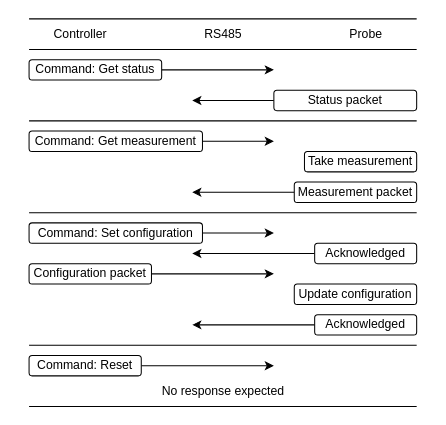
Carciax/EEE4022S_Salinity_JCP24-03 keeps this draw.io diagram as Report Helper Documents/rs485_flowchart.drawio. Above is the earlier version. Source tidied: cells renumbered, new cells numbered last; positions are measured from the earlier drawing's top-left corner, leaving out a move shared by most shapes. Both pictures are drawn from the tidied source at 102%, with x=0, y=0 at pixel (29, 18).
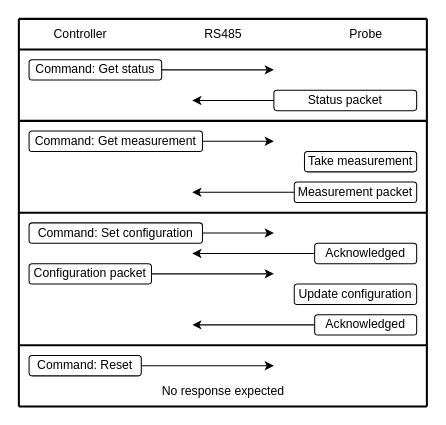
The same diagram, later.

Change to the diagram source:
```diff
@@
-    <mxCell id="8" style="endArrow=none;html=1;rounded=0;" parent="1" edge="1">
-      <mxGeometry relative="1" as="geometry">
-        <mxPoint y="30" as="sourcePoint" />
-        <mxPoint x="380" y="30" as="targetPoint" />
-      </mxGeometry>
-    </mxCell>
-    <mxCell id="9" style="endArrow=none;html=1;rounded=0;" parent="1" edge="1">
-      <mxGeometry relative="1" as="geometry">
-        <mxPoint y="100" as="sourcePoint" />
-        <mxPoint x="380" y="100" as="targetPoint" />
-      </mxGeometry>
-    </mxCell>
@@
-    <mxCell id="15" style="endArrow=none;html=1;rounded=0;" parent="1" edge="1">
-      <mxGeometry relative="1" as="geometry">
-        <mxPoint y="190" as="sourcePoint" />
-        <mxPoint x="380" y="190" as="targetPoint" />
-      </mxGeometry>
-    </mxCell>
@@
-    <mxCell id="22" style="endArrow=none;html=1;rounded=0;" parent="1" edge="1">
-      <mxGeometry relative="1" as="geometry">
-        <mxPoint y="320" as="sourcePoint" />
-        <mxPoint x="380" y="320" as="targetPoint" />
-      </mxGeometry>
-    </mxCell>
@@
-    <mxCell id="24" style="endArrow=none;html=1;rounded=0;" parent="1" edge="1">
+    <mxCell id="24" style="endArrow=none;html=1;rounded=0;strokeWidth=2;" parent="1" edge="1">
       <mxGeometry relative="1" as="geometry">
-        <mxPoint as="sourcePoint" />
-        <mxPoint x="380" as="targetPoint" />
+        <mxPoint x="-10" as="sourcePoint" />
+        <mxPoint x="390" as="targetPoint" />
       </mxGeometry>
     </mxCell>
@@
-    <mxCell id="31" style="endArrow=none;html=1;rounded=0;" parent="1" edge="1">
-      <mxGeometry relative="1" as="geometry">
-        <mxPoint y="380" as="sourcePoint" />
-        <mxPoint x="380" y="380" as="targetPoint" />
-      </mxGeometry>
-    </mxCell>
+    <mxCell id="32" style="endArrow=none;html=1;rounded=0;strokeWidth=2;" parent="1" edge="1">
+      <mxGeometry relative="1" as="geometry">
+        <mxPoint x="-10" y="30" as="sourcePoint" />
+        <mxPoint x="390" y="30" as="targetPoint" />
+      </mxGeometry>
+    </mxCell>
+    <mxCell id="33" style="endArrow=none;html=1;rounded=0;strokeWidth=2;" parent="1" edge="1">
+      <mxGeometry relative="1" as="geometry">
+        <mxPoint x="-10" y="100" as="sourcePoint" />
+        <mxPoint x="390" y="100" as="targetPoint" />
+      </mxGeometry>
+    </mxCell>
+    <mxCell id="34" style="endArrow=none;html=1;rounded=0;strokeWidth=2;" parent="1" edge="1">
+      <mxGeometry relative="1" as="geometry">
+        <mxPoint x="-10" y="190" as="sourcePoint" />
+        <mxPoint x="390" y="190" as="targetPoint" />
+      </mxGeometry>
+    </mxCell>
+    <mxCell id="35" style="endArrow=none;html=1;rounded=0;strokeWidth=2;" parent="1" edge="1">
+      <mxGeometry relative="1" as="geometry">
+        <mxPoint x="-10" y="320" as="sourcePoint" />
+        <mxPoint x="390" y="320" as="targetPoint" />
+      </mxGeometry>
+    </mxCell>
+    <mxCell id="36" style="endArrow=none;html=1;rounded=0;strokeWidth=2;" parent="1" edge="1">
+      <mxGeometry relative="1" as="geometry">
+        <mxPoint x="-10" y="380" as="sourcePoint" />
+        <mxPoint x="390" y="380" as="targetPoint" />
+      </mxGeometry>
+    </mxCell>
+    <mxCell id="37" style="endArrow=none;html=1;rounded=0;strokeWidth=2;" parent="1" edge="1">
+      <mxGeometry relative="1" as="geometry">
+        <mxPoint x="390" as="sourcePoint" />
+        <mxPoint x="390" y="380" as="targetPoint" />
+      </mxGeometry>
+    </mxCell>
+    <mxCell id="38" style="endArrow=none;html=1;rounded=0;strokeWidth=2;" parent="1" edge="1">
+      <mxGeometry relative="1" as="geometry">
+        <mxPoint x="-10" as="sourcePoint" />
+        <mxPoint x="-10" y="380" as="targetPoint" />
+      </mxGeometry>
+    </mxCell>
```
